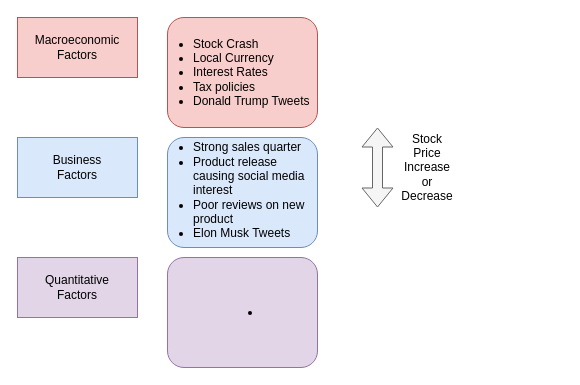
Earlier version of the draw.io diagram intro_multifactor.drawio (intisarhaque/fyp-ml-finance). Source tidied: cells renumbered, new cells numbered last; positions are measured from the earlier drawing's top-left corner, leaving out a move shared by most shapes. Both pictures are drawn from the tidied source at 100%, with x=0, y=0 at pixel (17, 17).
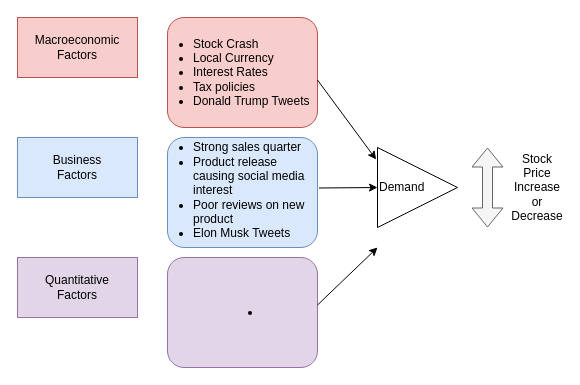
After the change.

The edit, as a diff of the source:
```diff
@@
     <mxCell id="2" style="shape=flexArrow;endArrow=classic;startArrow=classic;html=1;fillColor=#f5f5f5;strokeColor=#666666;" parent="1" edge="1">
       <mxGeometry relative="1" as="geometry">
-        <mxPoint x="360" y="190" as="sourcePoint" />
-        <mxPoint x="360" y="110" as="targetPoint" />
+        <mxPoint x="470" y="210" as="sourcePoint" />
+        <mxPoint x="470" y="130" as="targetPoint" />
       </mxGeometry>
     </mxCell>
     <mxCell id="3" value="Stock Price Increase or Decrease&lt;br&gt;" style="text;html=1;strokeColor=none;fillColor=none;align=center;verticalAlign=middle;whiteSpace=wrap;rounded=0;" parent="1" vertex="1">
-      <mxGeometry x="390" y="140" width="40" height="20" as="geometry" />
+      <mxGeometry x="500" y="160" width="40" height="20" as="geometry" />
     </mxCell>
@@
+    <mxCell id="14" value="Demand" style="triangle;whiteSpace=wrap;html=1;align=left;" parent="1" vertex="1">
+      <mxGeometry x="360" y="130" width="80" height="80" as="geometry" />
+    </mxCell>
+    <mxCell id="15" style="endArrow=classic;html=1;entryX=-0.017;entryY=0.15;entryDx=0;entryDy=0;entryPerimeter=0;" parent="1" edge="1" target="14">
+      <mxGeometry relative="1" as="geometry">
+        <mxPoint x="300" y="62.5" as="sourcePoint" />
+      </mxGeometry>
+    </mxCell>
+    <mxCell id="16" style="endArrow=classic;html=1;entryX=0;entryY=0.5;entryDx=0;entryDy=0;" parent="1" edge="1" target="14">
+      <mxGeometry relative="1" as="geometry">
+        <mxPoint x="301.5" y="170.5" as="sourcePoint" />
+      </mxGeometry>
+    </mxCell>
+    <mxCell id="17" style="endArrow=classic;html=1;" parent="1" edge="1">
+      <mxGeometry relative="1" as="geometry">
+        <mxPoint x="300" y="287.5" as="sourcePoint" />
+        <mxPoint x="360" y="230" as="targetPoint" />
+      </mxGeometry>
+    </mxCell>
```
